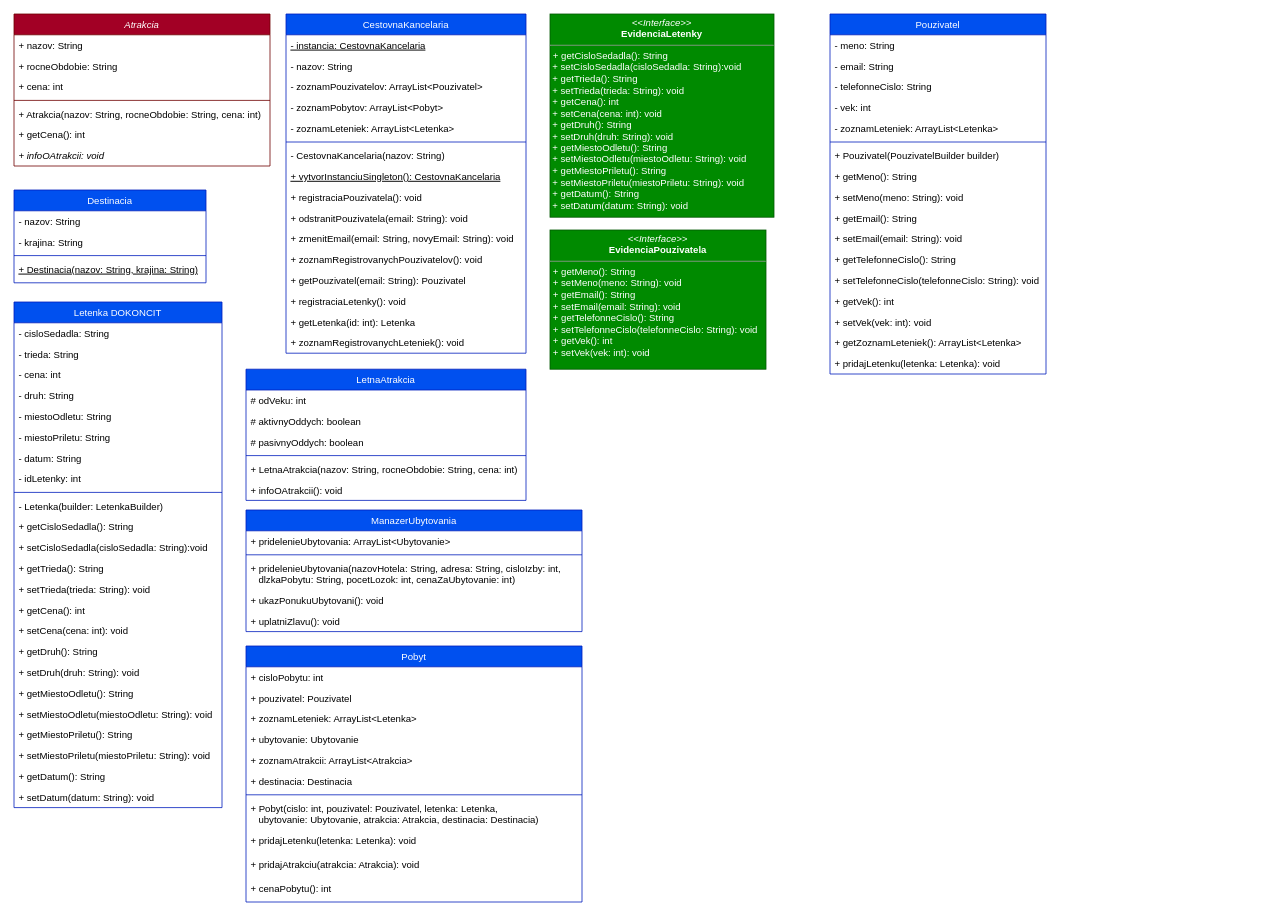
The draw.io diagram src/zadanie/Cestovna_kancelaria.drawio in Marek243-sk/ZadanieANIS2, before the edit. Source tidied: cells renumbered, new cells numbered last; positions are measured from the earlier drawing's top-left corner, leaving out a move shared by most shapes. Both pictures are drawn from the tidied source at 80%, with x=0, y=0 at pixel (14, 14).
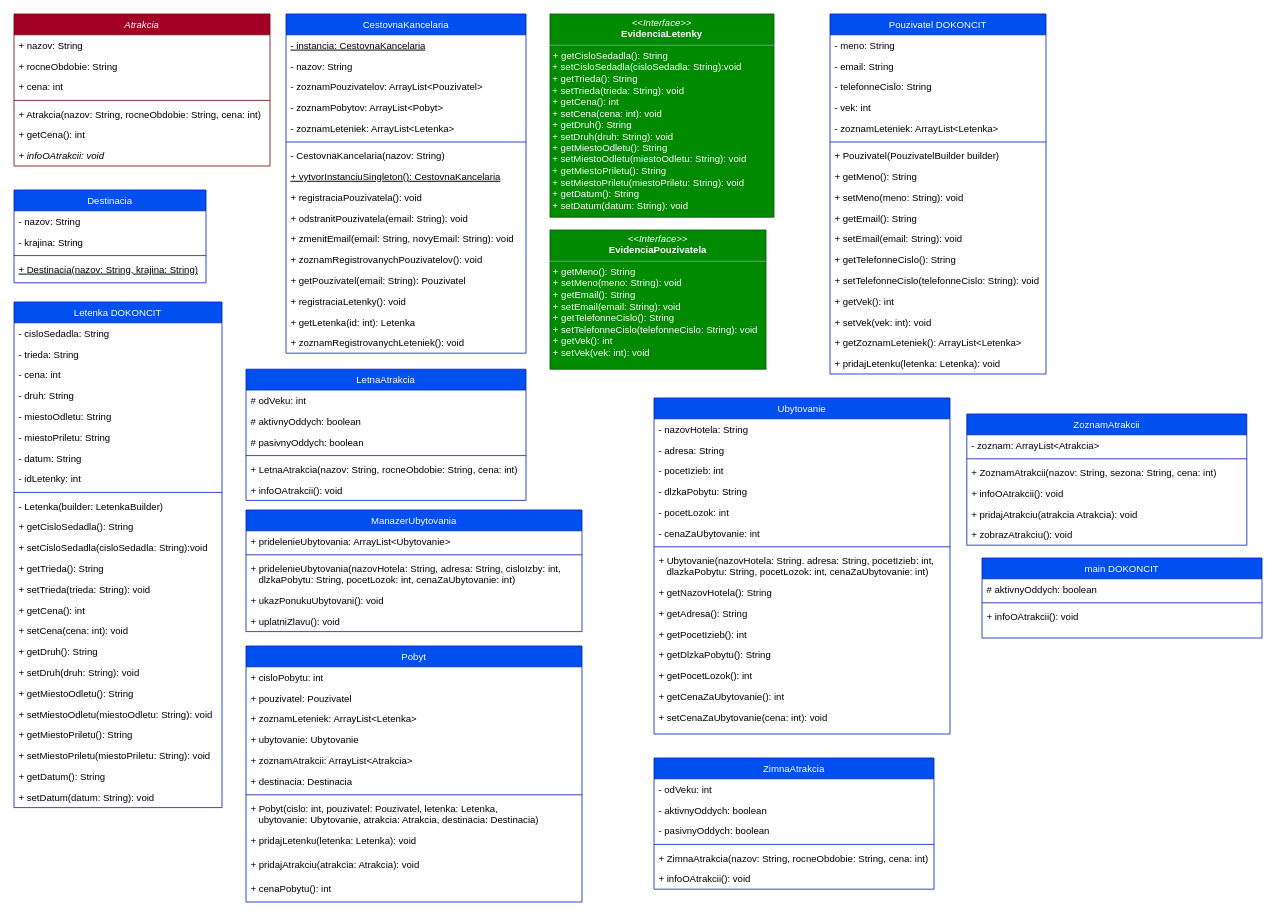
The same page after the edit.

Change to the diagram source:
```diff
@@
-    <mxCell id="84" value="Pouzivatel" style="swimlane;fontStyle=0;align=center;verticalAlign=top;horizontal=1;startSize=26;rounded=0;shadow=0;strokeWidth=1;fillColor=#0050ef;fontColor=#ffffff;strokeColor=#001DBC;" parent="1" vertex="1">
+    <mxCell id="84" value="Pouzivatel DOKONCIT" style="swimlane;fontStyle=0;align=center;verticalAlign=top;horizontal=1;startSize=26;rounded=0;shadow=0;strokeWidth=1;fillColor=#0050ef;fontColor=#ffffff;strokeColor=#001DBC;" parent="1" vertex="1">
       <mxGeometry x="1020" width="270" height="450" as="geometry" />
     </mxCell>
@@
+    <mxCell id="102" value="Ubytovanie" style="swimlane;fontStyle=0;align=center;verticalAlign=top;horizontal=1;startSize=26;rounded=0;shadow=0;strokeWidth=1;fillColor=#0050ef;fontColor=#ffffff;strokeColor=#001DBC;" parent="1" vertex="1">
+      <mxGeometry x="800" y="480" width="370" height="420" as="geometry" />
+    </mxCell>
+    <mxCell id="103" value="- nazovHotela: String" style="text;align=left;verticalAlign=top;spacingLeft=4;spacingRight=4;overflow=hidden;" parent="102" vertex="1">
+      <mxGeometry y="26" width="370" height="26" as="geometry" />
+    </mxCell>
+    <mxCell id="104" value="- adresa: String" style="text;align=left;verticalAlign=top;spacingLeft=4;spacingRight=4;overflow=hidden;rounded=0;shadow=0;html=0;" parent="102" vertex="1">
+      <mxGeometry y="52" width="370" height="26" as="geometry" />
+    </mxCell>
+    <mxCell id="105" value="- pocetIzieb: int" style="text;align=left;verticalAlign=top;spacingLeft=4;spacingRight=4;overflow=hidden;rounded=0;shadow=0;html=0;" parent="102" vertex="1">
+      <mxGeometry y="78" width="370" height="26" as="geometry" />
+    </mxCell>
+    <mxCell id="106" value="- dlzkaPobytu: String" style="text;align=left;verticalAlign=top;spacingLeft=4;spacingRight=4;overflow=hidden;rounded=0;shadow=0;html=0;" parent="102" vertex="1">
+      <mxGeometry y="104" width="370" height="26" as="geometry" />
+    </mxCell>
+    <mxCell id="107" value="- pocetLozok: int" style="text;align=left;verticalAlign=top;spacingLeft=4;spacingRight=4;overflow=hidden;rounded=0;shadow=0;html=0;" parent="102" vertex="1">
+      <mxGeometry y="130" width="370" height="26" as="geometry" />
+    </mxCell>
+    <mxCell id="108" value="- cenaZaUbytovanie: int" style="text;align=left;verticalAlign=top;spacingLeft=4;spacingRight=4;overflow=hidden;rounded=0;shadow=0;html=0;" parent="102" vertex="1">
+      <mxGeometry y="156" width="370" height="26" as="geometry" />
+    </mxCell>
+    <mxCell id="109" style="line;html=1;strokeWidth=1;align=left;verticalAlign=middle;spacingTop=-1;spacingLeft=3;spacingRight=3;labelPosition=right;fillColor=#0050ef;fontColor=#ffffff;strokeColor=#001DBC;" parent="102" vertex="1">
+      <mxGeometry y="182" width="370" height="8" as="geometry" />
+    </mxCell>
+    <mxCell id="110" value="+ Ubytovanie(nazovHotela: String. adresa: String, pocetIzieb: int, &#10;   dlazkaPobytu: String, pocetLozok: int, cenaZaUbytovanie: int)" style="text;align=left;verticalAlign=top;spacingLeft=4;spacingRight=4;overflow=hidden;fontStyle=0;" parent="102" vertex="1">
+      <mxGeometry y="190" width="370" height="40" as="geometry" />
+    </mxCell>
+    <mxCell id="111" value="+ getNazovHotela(): String" style="text;align=left;verticalAlign=top;spacingLeft=4;spacingRight=4;overflow=hidden;fontStyle=0;" parent="102" vertex="1">
+      <mxGeometry y="230" width="370" height="26" as="geometry" />
+    </mxCell>
+    <mxCell id="112" value="+ getAdresa(): String" style="text;align=left;verticalAlign=top;spacingLeft=4;spacingRight=4;overflow=hidden;fontStyle=0;" parent="102" vertex="1">
+      <mxGeometry y="256" width="370" height="26" as="geometry" />
+    </mxCell>
+    <mxCell id="113" value="+ getPocetIzieb(): int" style="text;align=left;verticalAlign=top;spacingLeft=4;spacingRight=4;overflow=hidden;fontStyle=0;" parent="102" vertex="1">
+      <mxGeometry y="282" width="370" height="26" as="geometry" />
+    </mxCell>
+    <mxCell id="114" value="+ getDlzkaPobytu(): String" style="text;align=left;verticalAlign=top;spacingLeft=4;spacingRight=4;overflow=hidden;fontStyle=0;" parent="102" vertex="1">
+      <mxGeometry y="308" width="370" height="26" as="geometry" />
+    </mxCell>
+    <mxCell id="115" value="+ getPocetLozok(): int" style="text;align=left;verticalAlign=top;spacingLeft=4;spacingRight=4;overflow=hidden;fontStyle=0;" parent="102" vertex="1">
+      <mxGeometry y="334" width="370" height="26" as="geometry" />
+    </mxCell>
+    <mxCell id="116" value="+ getCenaZaUbytovanie(): int" style="text;align=left;verticalAlign=top;spacingLeft=4;spacingRight=4;overflow=hidden;fontStyle=0;" parent="102" vertex="1">
+      <mxGeometry y="360" width="370" height="26" as="geometry" />
+    </mxCell>
+    <mxCell id="117" value="+ setCenaZaUbytovanie(cena: int): void" style="text;align=left;verticalAlign=top;spacingLeft=4;spacingRight=4;overflow=hidden;fontStyle=0;" parent="102" vertex="1">
+      <mxGeometry y="386" width="370" height="26" as="geometry" />
+    </mxCell>
+    <mxCell id="118" value="ZimnaAtrakcia" style="swimlane;fontStyle=0;align=center;verticalAlign=top;horizontal=1;startSize=26;rounded=0;shadow=0;strokeWidth=1;fillColor=#0050ef;fontColor=#ffffff;strokeColor=#001DBC;" parent="1" vertex="1">
+      <mxGeometry x="800" y="930" width="350" height="164" as="geometry" />
+    </mxCell>
+    <mxCell id="119" value="- odVeku: int" style="text;align=left;verticalAlign=top;spacingLeft=4;spacingRight=4;overflow=hidden;" parent="118" vertex="1">
+      <mxGeometry y="26" width="350" height="26" as="geometry" />
+    </mxCell>
+    <mxCell id="120" value="- aktivnyOddych: boolean" style="text;align=left;verticalAlign=top;spacingLeft=4;spacingRight=4;overflow=hidden;rounded=0;shadow=0;html=0;" parent="118" vertex="1">
+      <mxGeometry y="52" width="350" height="26" as="geometry" />
+    </mxCell>
+    <mxCell id="121" value="- pasivnyOddych: boolean" style="text;align=left;verticalAlign=top;spacingLeft=4;spacingRight=4;overflow=hidden;rounded=0;shadow=0;html=0;" parent="118" vertex="1">
+      <mxGeometry y="78" width="350" height="26" as="geometry" />
+    </mxCell>
+    <mxCell id="122" style="line;html=1;strokeWidth=1;align=left;verticalAlign=middle;spacingTop=-1;spacingLeft=3;spacingRight=3;labelPosition=right;fillColor=#0050ef;fontColor=#ffffff;strokeColor=#001DBC;" parent="118" vertex="1">
+      <mxGeometry y="104" width="350" height="8" as="geometry" />
+    </mxCell>
+    <mxCell id="123" value="+ ZimnaAtrakcia(nazov: String, rocneObdobie: String, cena: int)" style="text;align=left;verticalAlign=top;spacingLeft=4;spacingRight=4;overflow=hidden;fontStyle=0;" parent="118" vertex="1">
+      <mxGeometry y="112" width="350" height="26" as="geometry" />
+    </mxCell>
+    <mxCell id="124" value="+ infoOAtrakcii(): void" style="text;align=left;verticalAlign=top;spacingLeft=4;spacingRight=4;overflow=hidden;fontStyle=0;" parent="118" vertex="1">
+      <mxGeometry y="138" width="350" height="26" as="geometry" />
+    </mxCell>
+    <mxCell id="125" value="ZoznamAtrakcii" style="swimlane;fontStyle=0;align=center;verticalAlign=top;horizontal=1;startSize=26;rounded=0;shadow=0;strokeWidth=1;fillColor=#0050ef;fontColor=#ffffff;strokeColor=#001DBC;" parent="1" vertex="1">
+      <mxGeometry x="1191" y="500" width="350" height="164" as="geometry" />
+    </mxCell>
+    <mxCell id="126" value="- zoznam: ArrayList&lt;Atrakcia&gt;" style="text;align=left;verticalAlign=top;spacingLeft=4;spacingRight=4;overflow=hidden;" parent="125" vertex="1">
+      <mxGeometry y="26" width="350" height="26" as="geometry" />
+    </mxCell>
+    <mxCell id="127" style="line;html=1;strokeWidth=1;align=left;verticalAlign=middle;spacingTop=-1;spacingLeft=3;spacingRight=3;labelPosition=right;fillColor=#0050ef;fontColor=#ffffff;strokeColor=#001DBC;" parent="125" vertex="1">
+      <mxGeometry y="52" width="350" height="8" as="geometry" />
+    </mxCell>
+    <mxCell id="128" value="+ ZoznamAtrakcii(nazov: String, sezona: String, cena: int)" style="text;align=left;verticalAlign=top;spacingLeft=4;spacingRight=4;overflow=hidden;fontStyle=0;" parent="125" vertex="1">
+      <mxGeometry y="60" width="350" height="26" as="geometry" />
+    </mxCell>
+    <mxCell id="129" value="+ infoOAtrakcii(): void" style="text;align=left;verticalAlign=top;spacingLeft=4;spacingRight=4;overflow=hidden;fontStyle=0;" parent="125" vertex="1">
+      <mxGeometry y="86" width="350" height="26" as="geometry" />
+    </mxCell>
+    <mxCell id="130" value="+ pridajAtrakciu(atrakcia Atrakcia): void" style="text;align=left;verticalAlign=top;spacingLeft=4;spacingRight=4;overflow=hidden;fontStyle=0;" parent="125" vertex="1">
+      <mxGeometry y="112" width="350" height="26" as="geometry" />
+    </mxCell>
+    <mxCell id="131" value="+ zobrazAtrakciu(): void" style="text;align=left;verticalAlign=top;spacingLeft=4;spacingRight=4;overflow=hidden;fontStyle=0;" parent="125" vertex="1">
+      <mxGeometry y="138" width="350" height="26" as="geometry" />
+    </mxCell>
+    <mxCell id="132" value="main DOKONCIT" style="swimlane;fontStyle=0;align=center;verticalAlign=top;horizontal=1;startSize=26;rounded=0;shadow=0;strokeWidth=1;fillColor=#0050ef;fontColor=#ffffff;strokeColor=#001DBC;" parent="1" vertex="1">
+      <mxGeometry x="1210" y="680" width="350" height="100" as="geometry" />
+    </mxCell>
+    <mxCell id="133" value="# aktivnyOddych: boolean" style="text;align=left;verticalAlign=top;spacingLeft=4;spacingRight=4;overflow=hidden;rounded=0;shadow=0;html=0;" parent="132" vertex="1">
+      <mxGeometry y="26" width="350" height="26" as="geometry" />
+    </mxCell>
+    <mxCell id="134" style="line;html=1;strokeWidth=1;align=left;verticalAlign=middle;spacingTop=-1;spacingLeft=3;spacingRight=3;labelPosition=right;fillColor=#0050ef;fontColor=#ffffff;strokeColor=#001DBC;" parent="132" vertex="1">
+      <mxGeometry y="52" width="350" height="8" as="geometry" />
+    </mxCell>
+    <mxCell id="135" value="+ infoOAtrakcii(): void" style="text;align=left;verticalAlign=top;spacingLeft=4;spacingRight=4;overflow=hidden;fontStyle=0;" parent="132" vertex="1">
+      <mxGeometry y="60" width="350" height="26" as="geometry" />
+    </mxCell>
```
